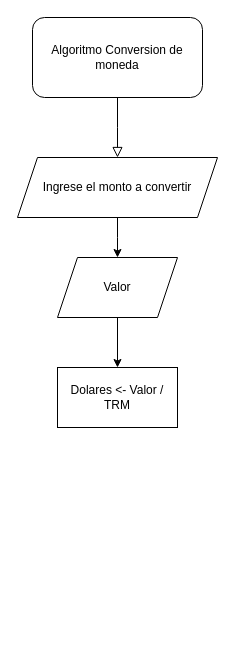
Before: Diagrama sin título.drawio in Mendoza727/.github-workflows-snake.yml, a draw.io diagram. Source tidied: cells renumbered, new cells numbered last; positions are measured from the earlier drawing's top-left corner, leaving out a move shared by most shapes. Both pictures are drawn from the tidied source at 100%, with x=0, y=0 at pixel (17, 17).
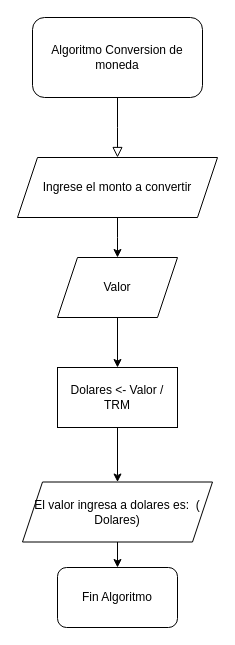
The same diagram, later.

Change to the diagram source:
```diff
@@
 <mxGraphModel>
   <root>
     <mxCell id="0" />
     <mxCell id="1" parent="0" />
     <mxCell id="2" style="rounded=0;html=1;jettySize=auto;fontSize=11;endArrow=block;endFill=0;endSize=8;strokeWidth=1;shadow=0;labelBackgroundColor=none;edgeStyle=orthogonalEdgeStyle;" parent="1" edge="1" source="3">
       <mxGeometry relative="1" as="geometry">
         <mxPoint x="100" y="140" as="targetPoint" />
       </mxGeometry>
     </mxCell>
     <mxCell id="3" value="Algoritmo Conversion de moneda" style="rounded=1;whiteSpace=wrap;html=1;fontSize=12;glass=0;strokeWidth=1;shadow=0;" parent="1" vertex="1">
       <mxGeometry x="15" width="170" height="80" as="geometry" />
     </mxCell>
     <mxCell id="4" value="Ingrese el monto a convertir" style="shape=parallelogram;perimeter=parallelogramPerimeter;whiteSpace=wrap;html=1;fixedSize=1;" parent="1" vertex="1">
       <mxGeometry y="140" width="200" height="60" as="geometry" />
     </mxCell>
     <mxCell id="5" style="edgeStyle=orthogonalEdgeStyle;rounded=0;jettySize=auto;html=1;" parent="1" edge="1" source="6" target="8">
       <mxGeometry relative="1" as="geometry" />
     </mxCell>
     <mxCell id="6" value="Valor" style="shape=parallelogram;perimeter=parallelogramPerimeter;whiteSpace=wrap;html=1;fixedSize=1;" parent="1" vertex="1">
       <mxGeometry x="40" y="240" width="120" height="60" as="geometry" />
     </mxCell>
     <mxCell id="7" style="edgeStyle=orthogonalEdgeStyle;rounded=0;jettySize=auto;html=1;" parent="1" edge="1" source="4">
       <mxGeometry relative="1" as="geometry">
         <mxPoint x="100" y="240" as="targetPoint" />
       </mxGeometry>
     </mxCell>
+    <mxCell id="9" style="edgeStyle=orthogonalEdgeStyle;rounded=0;jettySize=auto;html=1;" parent="1" edge="1" source="8" target="11">
+      <mxGeometry relative="1" as="geometry" />
+    </mxCell>
     <mxCell id="8" value="Dolares &amp;lt;- Valor / TRM" style="whiteSpace=wrap;html=1;" parent="1" vertex="1">
       <mxGeometry x="40" y="350" width="120" height="60" as="geometry" />
     </mxCell>
+    <mxCell id="10" style="edgeStyle=orthogonalEdgeStyle;rounded=0;jettySize=auto;html=1;" parent="1" edge="1" source="11" target="12">
+      <mxGeometry relative="1" as="geometry" />
+    </mxCell>
+    <mxCell id="11" value="El valor ingresa a dolares es:&amp;nbsp; ( Dolares)" style="shape=parallelogram;perimeter=parallelogramPerimeter;whiteSpace=wrap;html=1;fixedSize=1;" parent="1" vertex="1">
+      <mxGeometry x="5" y="464.5" width="190" height="60" as="geometry" />
+    </mxCell>
+    <mxCell id="12" value="Fin Algoritmo" style="rounded=1;whiteSpace=wrap;html=1;" parent="1" vertex="1">
+      <mxGeometry x="40" y="550" width="120" height="60" as="geometry" />
+    </mxCell>
   </root>
 </mxGraphModel>
```
